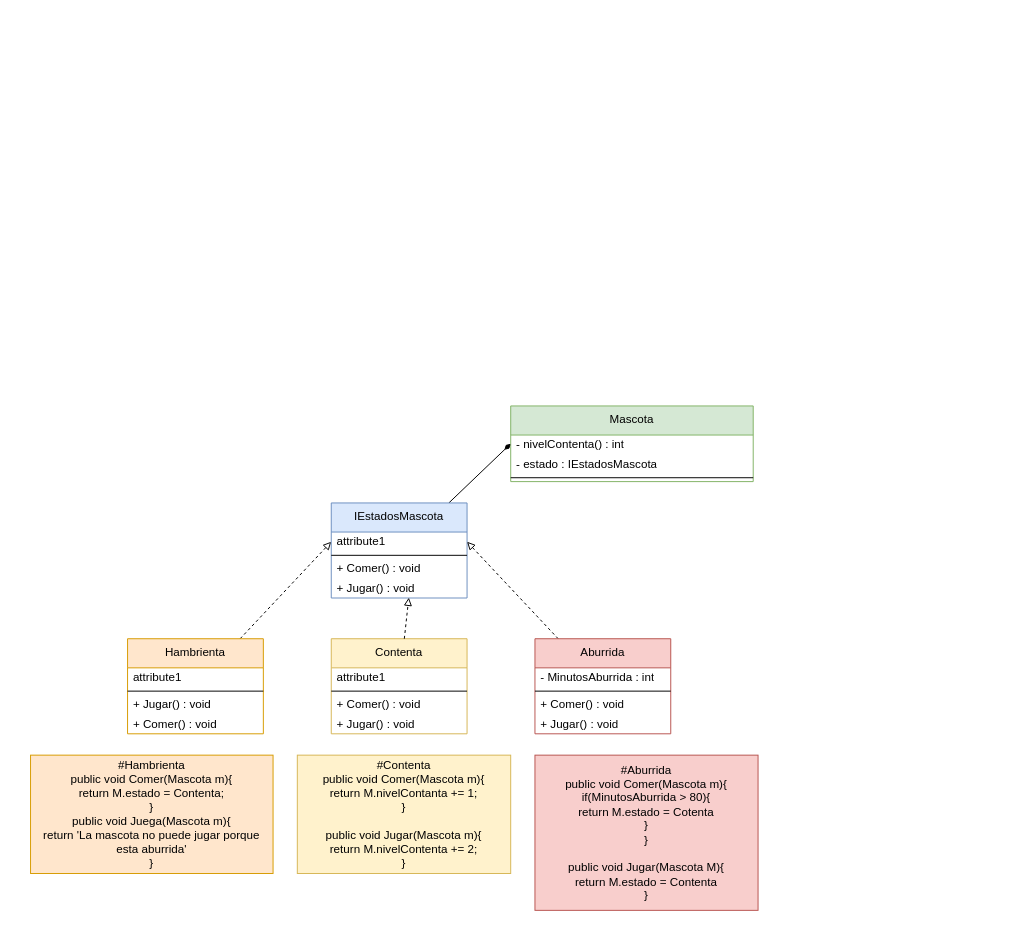
Before: clase_23/mascota.dio in EdgarSteinberg/programacion-2-repaso, a draw.io diagram. Source tidied: cells renumbered, new cells numbered last; positions are measured from the earlier drawing's top-left corner, leaving out a move shared by most shapes. Both pictures are drawn from the tidied source at 97%, with x=0, y=0 at pixel (30, 405).
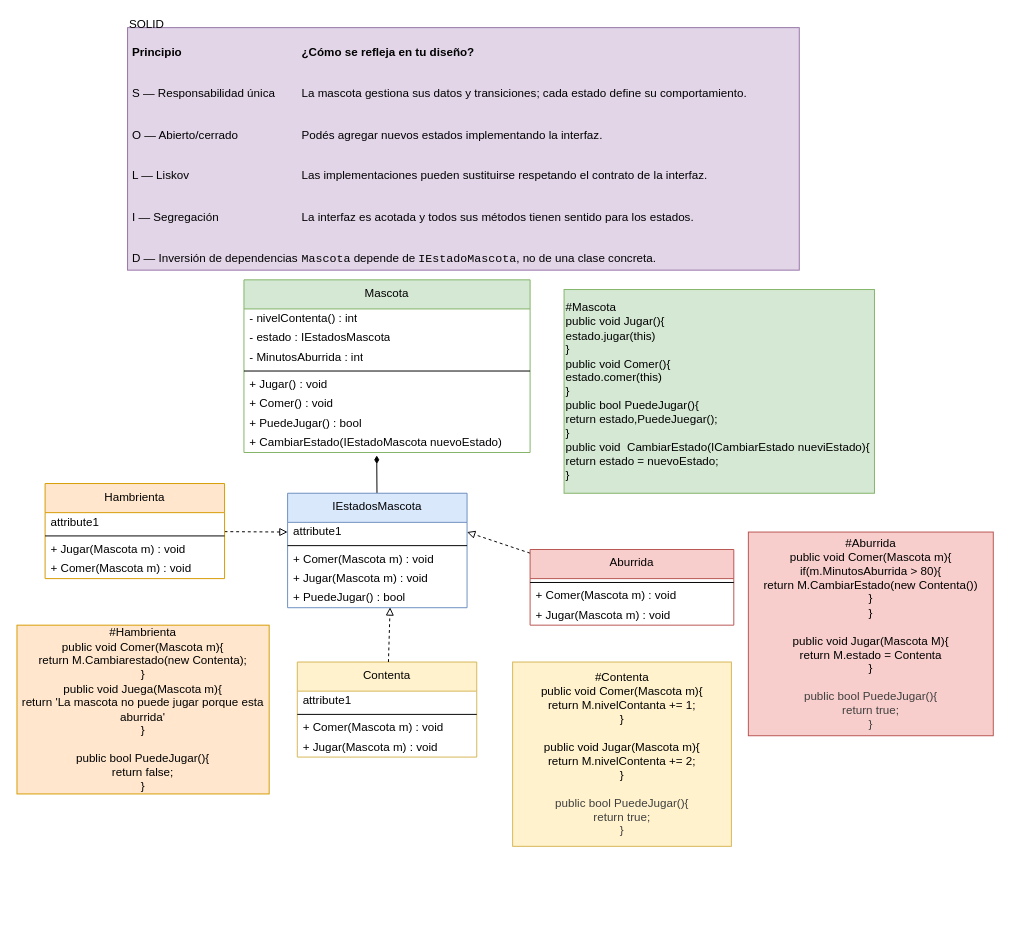
Above is the later version.

Commit message:
principios solid dentro del ejercicio mascota

The edit, as a diff of the source:
```diff
@@
     <mxCell id="2" value="Mascota" style="swimlane;fontStyle=0;align=center;verticalAlign=top;horizontal=1;startSize=30;html=1;whiteSpace=wrap;fillColor=#d5e8d4;strokeColor=#82b366;" parent="1" vertex="1">
-      <mxGeometry x="495" width="250" height="78" as="geometry" />
+      <mxGeometry x="220" y="-130" width="295" height="178" as="geometry" />
     </mxCell>
     <mxCell id="3" value="- nivelContenta() : int" style="text;html=1;strokeColor=none;fillColor=none;align=left;verticalAlign=middle;spacingLeft=4;spacingRight=4;overflow=hidden;whiteSpace=wrap;" parent="2" vertex="1">
-      <mxGeometry y="30" width="250" height="20" as="geometry" />
+      <mxGeometry y="30" width="295" height="20" as="geometry" />
     </mxCell>
     <mxCell id="4" value="- estado : IEstadosMascota" style="text;html=1;strokeColor=none;fillColor=none;align=left;verticalAlign=middle;spacingLeft=4;spacingRight=4;overflow=hidden;whiteSpace=wrap;" parent="2" vertex="1">
-      <mxGeometry y="50" width="250" height="20" as="geometry" />
+      <mxGeometry y="50" width="295" height="20" as="geometry" />
     </mxCell>
+    <mxCell id="25" value="- MinutosAburrida : int" style="text;html=1;strokeColor=none;fillColor=none;align=left;verticalAlign=middle;spacingLeft=4;spacingRight=4;overflow=hidden;whiteSpace=wrap;" parent="2" vertex="1">
+      <mxGeometry y="70" width="295" height="20" as="geometry" />
+    </mxCell>
     <mxCell id="5" style="line;strokeWidth=1;fillColor=none;align=left;verticalAlign=middle;spacingTop=-1;spacingLeft=3;spacingRight=3;labelPosition=right;" parent="2" vertex="1">
-      <mxGeometry y="70" width="250" height="8" as="geometry" />
+      <mxGeometry y="90" width="295" height="8" as="geometry" />
     </mxCell>
+    <mxCell id="33" value="+ Jugar() : void" style="text;html=1;strokeColor=none;fillColor=none;align=left;verticalAlign=middle;spacingLeft=4;spacingRight=4;overflow=hidden;whiteSpace=wrap;" parent="2" vertex="1">
+      <mxGeometry y="98" width="295" height="20" as="geometry" />
+    </mxCell>
+    <mxCell id="34" value="+ Comer() : void" style="text;html=1;strokeColor=none;fillColor=none;align=left;verticalAlign=middle;spacingLeft=4;spacingRight=4;overflow=hidden;whiteSpace=wrap;" parent="2" vertex="1">
+      <mxGeometry y="118" width="295" height="20" as="geometry" />
+    </mxCell>
+    <mxCell id="35" value="+ PuedeJugar() : bool" style="text;html=1;strokeColor=none;fillColor=none;align=left;verticalAlign=middle;spacingLeft=4;spacingRight=4;overflow=hidden;whiteSpace=wrap;" parent="2" vertex="1">
+      <mxGeometry y="138" width="295" height="20" as="geometry" />
+    </mxCell>
+    <mxCell id="36" value="+ CambiarEstado(IEstadoMascota nuevoEstado)" style="text;html=1;strokeColor=none;fillColor=none;align=left;verticalAlign=middle;spacingLeft=4;spacingRight=4;overflow=hidden;points=[[0,0.5],[1,0.5]];portConstraint=eastwest;whiteSpace=wrap;" parent="2" vertex="1">
+      <mxGeometry y="158" width="295" height="20" as="geometry" />
+    </mxCell>
     <mxCell id="6" value="Contenta" style="swimlane;fontStyle=0;align=center;verticalAlign=top;horizontal=1;startSize=30;html=1;whiteSpace=wrap;fillColor=#fff2cc;strokeColor=#d6b656;" parent="1" vertex="1">
-      <mxGeometry x="310" y="240" width="140" height="98" as="geometry" />
+      <mxGeometry x="275" y="264" width="185" height="98" as="geometry" />
     </mxCell>
     <mxCell id="7" value="attribute1" style="text;html=1;strokeColor=none;fillColor=none;align=left;verticalAlign=middle;spacingLeft=4;spacingRight=4;overflow=hidden;whiteSpace=wrap;" parent="6" vertex="1">
-      <mxGeometry y="30" width="140" height="20" as="geometry" />
+      <mxGeometry y="30" width="185" height="20" as="geometry" />
     </mxCell>
     <mxCell id="8" style="line;strokeWidth=1;fillColor=none;align=left;verticalAlign=middle;spacingTop=-1;spacingLeft=3;spacingRight=3;labelPosition=right;" parent="6" vertex="1">
-      <mxGeometry y="50" width="140" height="8" as="geometry" />
+      <mxGeometry y="50" width="185" height="8" as="geometry" />
     </mxCell>
-    <mxCell id="9" value="+ Comer() : void" style="text;html=1;strokeColor=none;fillColor=none;align=left;verticalAlign=middle;spacingLeft=4;spacingRight=4;overflow=hidden;whiteSpace=wrap;" parent="6" vertex="1">
-      <mxGeometry y="58" width="140" height="20" as="geometry" />
+    <mxCell id="9" value="+ Comer(Mascota m) : void" style="text;html=1;strokeColor=none;fillColor=none;align=left;verticalAlign=middle;spacingLeft=4;spacingRight=4;overflow=hidden;whiteSpace=wrap;" parent="6" vertex="1">
+      <mxGeometry y="58" width="185" height="20" as="geometry" />
     </mxCell>
-    <mxCell id="10" value="+ Jugar() : void" style="text;html=1;strokeColor=none;fillColor=none;align=left;verticalAlign=middle;spacingLeft=4;spacingRight=4;overflow=hidden;whiteSpace=wrap;" parent="6" vertex="1">
-      <mxGeometry y="78" width="140" height="20" as="geometry" />
+    <mxCell id="10" value="+ Jugar(Mascota m) : void" style="text;html=1;strokeColor=none;fillColor=none;align=left;verticalAlign=middle;spacingLeft=4;spacingRight=4;overflow=hidden;whiteSpace=wrap;" parent="6" vertex="1">
+      <mxGeometry y="78" width="185" height="20" as="geometry" />
     </mxCell>
@@
     <mxCell id="12" value="Hambrienta" style="swimlane;fontStyle=0;align=center;verticalAlign=top;horizontal=1;startSize=30;html=1;whiteSpace=wrap;fillColor=#ffe6cc;strokeColor=#d79b00;" parent="1" vertex="1">
-      <mxGeometry x="100" y="240" width="140" height="98" as="geometry" />
+      <mxGeometry x="15" y="80" width="185" height="98" as="geometry" />
     </mxCell>
     <mxCell id="13" value="attribute1" style="text;html=1;strokeColor=none;fillColor=none;align=left;verticalAlign=middle;spacingLeft=4;spacingRight=4;overflow=hidden;whiteSpace=wrap;" parent="12" vertex="1">
-      <mxGeometry y="30" width="140" height="20" as="geometry" />
+      <mxGeometry y="30" width="185" height="20" as="geometry" />
     </mxCell>
     <mxCell id="14" style="line;strokeWidth=1;fillColor=none;align=left;verticalAlign=middle;spacingTop=-1;spacingLeft=3;spacingRight=3;labelPosition=right;" parent="12" vertex="1">
-      <mxGeometry y="50" width="140" height="8" as="geometry" />
+      <mxGeometry y="50" width="185" height="8" as="geometry" />
     </mxCell>
-    <mxCell id="15" value="+ Jugar() : void" style="text;html=1;strokeColor=none;fillColor=none;align=left;verticalAlign=middle;spacingLeft=4;spacingRight=4;overflow=hidden;whiteSpace=wrap;" parent="12" vertex="1">
-      <mxGeometry y="58" width="140" height="20" as="geometry" />
+    <mxCell id="15" value="+ Jugar(Mascota m) : void" style="text;html=1;strokeColor=none;fillColor=none;align=left;verticalAlign=middle;spacingLeft=4;spacingRight=4;overflow=hidden;whiteSpace=wrap;" parent="12" vertex="1">
+      <mxGeometry y="58" width="185" height="20" as="geometry" />
     </mxCell>
-    <mxCell id="16" value="+ Comer() : void" style="text;html=1;strokeColor=none;fillColor=none;align=left;verticalAlign=middle;spacingLeft=4;spacingRight=4;overflow=hidden;whiteSpace=wrap;" parent="12" vertex="1">
-      <mxGeometry y="78" width="140" height="20" as="geometry" />
+    <mxCell id="16" value="+ Comer(Mascota m) : void" style="text;html=1;strokeColor=none;fillColor=none;align=left;verticalAlign=middle;spacingLeft=4;spacingRight=4;overflow=hidden;whiteSpace=wrap;" parent="12" vertex="1">
+      <mxGeometry y="78" width="185" height="20" as="geometry" />
     </mxCell>
-    <mxCell id="17" style="edgeStyle=none;html=1;entryX=0;entryY=0.5;entryDx=0;entryDy=0;endArrow=diamondThin;endFill=1;" parent="1" edge="1" source="18" target="2">
+    <mxCell id="17" style="edgeStyle=none;html=1;entryX=0.464;entryY=1.15;entryDx=0;entryDy=0;endArrow=diamondThin;endFill=1;entryPerimeter=0;" parent="1" edge="1" source="18" target="36">
       <mxGeometry relative="1" as="geometry" />
     </mxCell>
     <mxCell id="18" value="IEstadosMascota" style="swimlane;fontStyle=0;align=center;verticalAlign=top;horizontal=1;startSize=30;html=1;whiteSpace=wrap;fillColor=#dae8fc;strokeColor=#6c8ebf;" parent="1" vertex="1">
-      <mxGeometry x="310" y="100" width="140" height="98" as="geometry" />
+      <mxGeometry x="265" y="90" width="185" height="118" as="geometry" />
     </mxCell>
     <mxCell id="19" value="attribute1" style="text;html=1;strokeColor=none;fillColor=none;align=left;verticalAlign=middle;spacingLeft=4;spacingRight=4;overflow=hidden;points=[[0,0.5],[1,0.5]];portConstraint=eastwest;whiteSpace=wrap;" parent="18" vertex="1">
-      <mxGeometry y="30" width="140" height="20" as="geometry" />
+      <mxGeometry y="30" width="185" height="20" as="geometry" />
     </mxCell>
     <mxCell id="20" style="line;strokeWidth=1;fillColor=none;align=left;verticalAlign=middle;spacingTop=-1;spacingLeft=3;spacingRight=3;labelPosition=right;" parent="18" vertex="1">
-      <mxGeometry y="50" width="140" height="8" as="geometry" />
+      <mxGeometry y="50" width="185" height="8" as="geometry" />
     </mxCell>
-    <mxCell id="21" value="+ Comer() : void" style="text;html=1;strokeColor=none;fillColor=none;align=left;verticalAlign=middle;spacingLeft=4;spacingRight=4;overflow=hidden;whiteSpace=wrap;" parent="18" vertex="1">
-      <mxGeometry y="58" width="140" height="20" as="geometry" />
+    <mxCell id="21" value="+ Comer(Mascota m) : void" style="text;html=1;strokeColor=none;fillColor=none;align=left;verticalAlign=middle;spacingLeft=4;spacingRight=4;overflow=hidden;whiteSpace=wrap;" parent="18" vertex="1">
+      <mxGeometry y="58" width="185" height="20" as="geometry" />
     </mxCell>
+    <mxCell id="37" value="+ Jugar(Mascota m) : void" style="text;html=1;strokeColor=none;fillColor=none;align=left;verticalAlign=middle;spacingLeft=4;spacingRight=4;overflow=hidden;whiteSpace=wrap;" parent="18" vertex="1">
+      <mxGeometry y="78" width="185" height="20" as="geometry" />
+    </mxCell>
-    <mxCell id="22" value="+ Jugar() : void" style="text;html=1;strokeColor=none;fillColor=none;align=left;verticalAlign=middle;spacingLeft=4;spacingRight=4;overflow=hidden;points=[[0,0.5],[1,0.5]];portConstraint=eastwest;whiteSpace=wrap;" parent="18" vertex="1">
-      <mxGeometry y="78" width="140" height="20" as="geometry" />
+    <mxCell id="22" value="+ PuedeJugar() : bool" style="text;html=1;strokeColor=none;fillColor=none;align=left;verticalAlign=middle;spacingLeft=4;spacingRight=4;overflow=hidden;points=[[0,0.5],[1,0.5]];portConstraint=eastwest;whiteSpace=wrap;" parent="18" vertex="1">
+      <mxGeometry y="98" width="185" height="20" as="geometry" />
     </mxCell>
@@
     <mxCell id="24" value="Aburrida" style="swimlane;fontStyle=0;align=center;verticalAlign=top;horizontal=1;startSize=30;html=1;whiteSpace=wrap;fillColor=#f8cecc;strokeColor=#b85450;" parent="1" vertex="1">
-      <mxGeometry x="520" y="240" width="140" height="98" as="geometry" />
+      <mxGeometry x="515" y="148" width="210" height="78" as="geometry" />
     </mxCell>
-    <mxCell id="25" value="- MinutosAburrida : int" style="text;html=1;strokeColor=none;fillColor=none;align=left;verticalAlign=middle;spacingLeft=4;spacingRight=4;overflow=hidden;whiteSpace=wrap;" parent="24" vertex="1">
-      <mxGeometry y="30" width="140" height="20" as="geometry" />
-    </mxCell>
     <mxCell id="26" style="line;strokeWidth=1;fillColor=none;align=left;verticalAlign=middle;spacingTop=-1;spacingLeft=3;spacingRight=3;labelPosition=right;" parent="24" vertex="1">
-      <mxGeometry y="50" width="140" height="8" as="geometry" />
+      <mxGeometry y="30" width="210" height="8" as="geometry" />
     </mxCell>
-    <mxCell id="27" value="+ Comer() : void" style="text;html=1;strokeColor=none;fillColor=none;align=left;verticalAlign=middle;spacingLeft=4;spacingRight=4;overflow=hidden;whiteSpace=wrap;" parent="24" vertex="1">
-      <mxGeometry y="58" width="140" height="20" as="geometry" />
+    <mxCell id="27" value="+ Comer(Mascota m) : void" style="text;html=1;strokeColor=none;fillColor=none;align=left;verticalAlign=middle;spacingLeft=4;spacingRight=4;overflow=hidden;whiteSpace=wrap;" parent="24" vertex="1">
+      <mxGeometry y="38" width="210" height="20" as="geometry" />
     </mxCell>
-    <mxCell id="28" value="+ Jugar() : void" style="text;html=1;strokeColor=none;fillColor=none;align=left;verticalAlign=middle;spacingLeft=4;spacingRight=4;overflow=hidden;whiteSpace=wrap;" parent="24" vertex="1">
-      <mxGeometry y="78" width="140" height="20" as="geometry" />
+    <mxCell id="28" value="+ Jugar(Mascota m) : void" style="text;html=1;strokeColor=none;fillColor=none;align=left;verticalAlign=middle;spacingLeft=4;spacingRight=4;overflow=hidden;whiteSpace=wrap;" parent="24" vertex="1">
+      <mxGeometry y="58" width="210" height="20" as="geometry" />
     </mxCell>
-    <mxCell id="29" value="&lt;div&gt;#Hambrienta&lt;/div&gt;public void Comer(Mascota m){&lt;div&gt;return M.estado = Contenta;&lt;/div&gt;&lt;div&gt;}&lt;/div&gt;&lt;div&gt;public void Juega(Mascota m){&lt;/div&gt;&lt;div&gt;return 'La mascota no puede jugar porque esta aburrida'&lt;/div&gt;&lt;div&gt;}&lt;/div&gt;" style="text;html=1;whiteSpace=wrap;strokeColor=#d79b00;fillColor=#ffe6cc;align=center;verticalAlign=middle;rounded=0;" parent="1" vertex="1">
-      <mxGeometry y="360" width="250" height="122" as="geometry" />
+    <mxCell id="29" value="&lt;div&gt;#Hambrienta&lt;/div&gt;public void Comer(Mascota m){&lt;div&gt;return M.Cambiarestado(new Contenta);&lt;/div&gt;&lt;div&gt;}&lt;/div&gt;&lt;div&gt;public void Juega(Mascota m){&lt;/div&gt;&lt;div&gt;return 'La mascota no puede jugar porque esta aburrida'&lt;/div&gt;&lt;div&gt;}&lt;/div&gt;&lt;div&gt;&lt;br&gt;&lt;/div&gt;&lt;div&gt;public bool PuedeJugar(){&lt;/div&gt;&lt;div&gt;return false;&lt;/div&gt;&lt;div&gt;}&lt;/div&gt;" style="text;html=1;whiteSpace=wrap;strokeColor=#d79b00;fillColor=#ffe6cc;align=center;verticalAlign=middle;rounded=0;" parent="1" vertex="1">
+      <mxGeometry x="-14" y="226" width="260" height="174" as="geometry" />
     </mxCell>
-    <mxCell id="30" value="&lt;div&gt;#Contenta&lt;/div&gt;public void Comer(Mascota m){&lt;div&gt;return M.nivelContanta += 1;&lt;/div&gt;&lt;div&gt;}&lt;/div&gt;&lt;div&gt;&lt;br&gt;&lt;/div&gt;&lt;div&gt;public void Jugar(Mascota m){&lt;/div&gt;&lt;div&gt;return M.nivelContenta += 2;&lt;/div&gt;&lt;div&gt;}&lt;/div&gt;" style="text;html=1;whiteSpace=wrap;strokeColor=#d6b656;fillColor=#fff2cc;align=center;verticalAlign=middle;rounded=0;" parent="1" vertex="1">
-      <mxGeometry x="275" y="360" width="220" height="122" as="geometry" />
+    <mxCell id="30" value="&lt;div&gt;#Contenta&lt;/div&gt;public void Comer(Mascota m){&lt;div&gt;return M.nivelContanta += 1;&lt;/div&gt;&lt;div&gt;}&lt;/div&gt;&lt;div&gt;&lt;br&gt;&lt;/div&gt;&lt;div&gt;public void Jugar(Mascota m){&lt;/div&gt;&lt;div&gt;return M.nivelContenta += 2;&lt;/div&gt;&lt;div&gt;}&lt;/div&gt;&lt;div&gt;&lt;br&gt;&lt;/div&gt;&lt;div&gt;&lt;div style=&quot;color: rgb(63, 63, 63); scrollbar-color: rgba(78, 86, 102, 0.38) rgb(22, 25, 29);&quot;&gt;public bool PuedeJugar(){&lt;/div&gt;&lt;div style=&quot;color: rgb(63, 63, 63); scrollbar-color: rgba(78, 86, 102, 0.38) rgb(22, 25, 29);&quot;&gt;return true;&lt;/div&gt;&lt;div style=&quot;color: rgb(63, 63, 63); scrollbar-color: rgba(78, 86, 102, 0.38) rgb(22, 25, 29);&quot;&gt;}&lt;/div&gt;&lt;/div&gt;" style="text;html=1;whiteSpace=wrap;strokeColor=#d6b656;fillColor=#fff2cc;align=center;verticalAlign=middle;rounded=0;" parent="1" vertex="1">
+      <mxGeometry x="497" y="264" width="225.5" height="190" as="geometry" />
     </mxCell>
-    <mxCell id="31" value="&lt;div&gt;#Aburrida&lt;/div&gt;public void Comer(Mascota m){&lt;div&gt;if(MinutosAburrida &amp;gt; 80){&lt;/div&gt;&lt;div&gt;return M.estado = Cotenta&lt;/div&gt;&lt;div&gt;}&lt;/div&gt;&lt;div&gt;}&lt;/div&gt;&lt;div&gt;&lt;br&gt;&lt;/div&gt;&lt;div&gt;public void Jugar(Mascota M){&lt;/div&gt;&lt;div&gt;return M.estado = Contenta&lt;/div&gt;&lt;div&gt;}&lt;/div&gt;" style="text;html=1;whiteSpace=wrap;strokeColor=#b85450;fillColor=#f8cecc;align=center;verticalAlign=middle;rounded=0;" parent="1" vertex="1">
-      <mxGeometry x="520" y="360" width="230" height="160" as="geometry" />
+    <mxCell id="31" value="&lt;div&gt;#Aburrida&lt;/div&gt;public void Comer(Mascota m){&lt;div&gt;if(m.MinutosAburrida &amp;gt; 80){&lt;/div&gt;&lt;div&gt;return M.CambiarEstado(new Contenta())&lt;/div&gt;&lt;div&gt;}&lt;/div&gt;&lt;div&gt;}&lt;/div&gt;&lt;div&gt;&lt;br&gt;&lt;/div&gt;&lt;div&gt;public void Jugar(Mascota M){&lt;/div&gt;&lt;div&gt;return M.estado = Contenta&lt;/div&gt;&lt;div&gt;}&lt;/div&gt;&lt;div&gt;&lt;br&gt;&lt;/div&gt;&lt;div&gt;&lt;div style=&quot;color: rgb(63, 63, 63); scrollbar-color: rgba(78, 86, 102, 0.38) rgb(22, 25, 29);&quot;&gt;public bool PuedeJugar(){&lt;/div&gt;&lt;div style=&quot;color: rgb(63, 63, 63); scrollbar-color: rgba(78, 86, 102, 0.38) rgb(22, 25, 29);&quot;&gt;return true;&lt;/div&gt;&lt;div style=&quot;color: rgb(63, 63, 63); scrollbar-color: rgba(78, 86, 102, 0.38) rgb(22, 25, 29);&quot;&gt;}&lt;/div&gt;&lt;/div&gt;" style="text;html=1;whiteSpace=wrap;strokeColor=#b85450;fillColor=#f8cecc;align=center;verticalAlign=middle;rounded=0;" parent="1" vertex="1">
+      <mxGeometry x="740" y="130" width="252.5" height="210" as="geometry" />
     </mxCell>
@@
+    <mxCell id="38" value="#Mascota&lt;div&gt;&lt;font color=&quot;#000000&quot;&gt;public void Jugar(){&lt;/font&gt;&lt;/div&gt;&lt;div&gt;&lt;font color=&quot;#000000&quot;&gt;estado.jugar(this)&lt;/font&gt;&lt;/div&gt;&lt;div&gt;&lt;font color=&quot;#000000&quot;&gt;}&lt;/font&gt;&lt;/div&gt;&lt;div&gt;&lt;font color=&quot;#000000&quot;&gt;public void Comer(){&lt;/font&gt;&lt;/div&gt;&lt;div&gt;&lt;font color=&quot;#000000&quot;&gt;estado.comer(this)&lt;/font&gt;&lt;/div&gt;&lt;div&gt;&lt;font color=&quot;#000000&quot;&gt;}&lt;/font&gt;&lt;/div&gt;&lt;div&gt;&lt;font color=&quot;#000000&quot;&gt;public bool PuedeJugar(){&lt;/font&gt;&lt;/div&gt;&lt;div&gt;&lt;font color=&quot;#000000&quot;&gt;return estado,PuedeJuegar();&lt;/font&gt;&lt;/div&gt;&lt;div&gt;&lt;font color=&quot;#000000&quot;&gt;}&lt;br&gt;&lt;/font&gt;&lt;div&gt;public void&amp;nbsp; CambiarEstado(ICambiarEstado nueviEstado){&lt;/div&gt;&lt;div&gt;return estado = nuevoEstado;&lt;/div&gt;&lt;div&gt;}&lt;/div&gt;&lt;/div&gt;" style="text;html=1;whiteSpace=wrap;strokeColor=#82b366;fillColor=#d5e8d4;align=left;verticalAlign=middle;rounded=0;" parent="1" vertex="1">
+      <mxGeometry x="550" y="-120" width="320" height="210" as="geometry" />
+    </mxCell>
+    <mxCell id="39" value="SOLID&lt;div&gt;&lt;table class=&quot;_6IUVGW_Table&quot;&gt;&lt;tbody&gt;&lt;tr&gt;&lt;th scope=&quot;col&quot;&gt;&lt;p class=&quot;w6asjq_TextBase _85PZeG_Text&quot;&gt;&lt;span&gt;Principio&lt;/span&gt;&lt;/p&gt;&lt;/th&gt;&lt;th scope=&quot;col&quot;&gt;&lt;p class=&quot;w6asjq_TextBase _85PZeG_Text&quot;&gt;&lt;span&gt;¿Cómo &lt;/span&gt;&lt;span&gt;se &lt;/span&gt;&lt;span&gt;refleja &lt;/span&gt;&lt;span&gt;en &lt;/span&gt;&lt;span&gt;tu &lt;/span&gt;&lt;span&gt;diseño?&lt;/span&gt;&lt;/p&gt;&lt;/th&gt;&lt;/tr&gt;&lt;tr&gt;&lt;td&gt;&lt;p class=&quot;w6asjq_TextBase _85PZeG_Text&quot;&gt;&lt;span class=&quot;w6asjq_TextBase _85PZeG_Text&quot;&gt;&lt;span&gt;S &lt;/span&gt;&lt;span&gt;— &lt;/span&gt;&lt;span&gt;Responsabilidad &lt;/span&gt;&lt;span&gt;única&lt;/span&gt;&lt;/span&gt;&lt;/p&gt;&lt;/td&gt;&lt;td&gt;&lt;p class=&quot;w6asjq_TextBase _85PZeG_Text&quot;&gt;&lt;span&gt;La &lt;/span&gt;&lt;span&gt;mascota &lt;/span&gt;&lt;span&gt;gestiona &lt;/span&gt;&lt;span&gt;sus &lt;/span&gt;&lt;span&gt;datos &lt;/span&gt;&lt;span&gt;y &lt;/span&gt;&lt;span&gt;transiciones; &lt;/span&gt;&lt;span&gt;cada &lt;/span&gt;&lt;span&gt;estado &lt;/span&gt;&lt;span&gt;define &lt;/span&gt;&lt;span&gt;su &lt;/span&gt;&lt;span&gt;comportamiento.&lt;/span&gt;&lt;/p&gt;&lt;/td&gt;&lt;/tr&gt;&lt;tr&gt;&lt;td&gt;&lt;p class=&quot;w6asjq_TextBase _85PZeG_Text&quot;&gt;&lt;span class=&quot;w6asjq_TextBase _85PZeG_Text&quot;&gt;&lt;span&gt;O &lt;/span&gt;&lt;span&gt;— &lt;/span&gt;&lt;span&gt;Abierto/cerrado&lt;/span&gt;&lt;/span&gt;&lt;/p&gt;&lt;/td&gt;&lt;td&gt;&lt;p class=&quot;w6asjq_TextBase _85PZeG_Text&quot;&gt;&lt;span&gt;Podés &lt;/span&gt;&lt;span&gt;agregar &lt;/span&gt;&lt;span&gt;nuevos &lt;/span&gt;&lt;span&gt;estados &lt;/span&gt;&lt;span&gt;implementando &lt;/span&gt;&lt;span&gt;la &lt;/span&gt;&lt;span&gt;interfaz.&lt;/span&gt;&lt;/p&gt;&lt;/td&gt;&lt;/tr&gt;&lt;tr&gt;&lt;td&gt;&lt;p class=&quot;w6asjq_TextBase _85PZeG_Text&quot;&gt;&lt;span class=&quot;w6asjq_TextBase _85PZeG_Text&quot;&gt;&lt;span&gt;L &lt;/span&gt;&lt;span&gt;— &lt;/span&gt;&lt;span&gt;Liskov&lt;/span&gt;&lt;/span&gt;&lt;/p&gt;&lt;/td&gt;&lt;td&gt;&lt;p class=&quot;w6asjq_TextBase _85PZeG_Text&quot;&gt;&lt;span&gt;Las &lt;/span&gt;&lt;span&gt;implementaciones &lt;/span&gt;&lt;span&gt;pueden &lt;/span&gt;&lt;span&gt;sustituirse &lt;/span&gt;&lt;span&gt;respetando &lt;/span&gt;&lt;span&gt;el &lt;/span&gt;&lt;span&gt;contrato &lt;/span&gt;&lt;span&gt;de &lt;/span&gt;&lt;span&gt;la &lt;/span&gt;&lt;span&gt;interfaz.&lt;/span&gt;&lt;/p&gt;&lt;/td&gt;&lt;/tr&gt;&lt;tr&gt;&lt;td&gt;&lt;p class=&quot;w6asjq_TextBase _85PZeG_Text&quot;&gt;&lt;span class=&quot;w6asjq_TextBase _85PZeG_Text&quot;&gt;&lt;span&gt;I &lt;/span&gt;&lt;span&gt;— &lt;/span&gt;&lt;span&gt;Segregación&lt;/span&gt;&lt;/span&gt;&lt;/p&gt;&lt;/td&gt;&lt;td&gt;&lt;p class=&quot;w6asjq_TextBase _85PZeG_Text&quot;&gt;&lt;span&gt;La &lt;/span&gt;&lt;span&gt;interfaz &lt;/span&gt;&lt;span&gt;es &lt;/span&gt;&lt;span&gt;acotada &lt;/span&gt;&lt;span&gt;y &lt;/span&gt;&lt;span&gt;todos &lt;/span&gt;&lt;span&gt;sus &lt;/span&gt;&lt;span&gt;métodos &lt;/span&gt;&lt;span&gt;tienen &lt;/span&gt;&lt;span&gt;sentido &lt;/span&gt;&lt;span&gt;para &lt;/span&gt;&lt;span&gt;los &lt;/span&gt;&lt;span&gt;estados.&lt;/span&gt;&lt;/p&gt;&lt;/td&gt;&lt;/tr&gt;&lt;tr&gt;&lt;td&gt;&lt;p class=&quot;w6asjq_TextBase _85PZeG_Text&quot;&gt;&lt;span class=&quot;w6asjq_TextBase _85PZeG_Text&quot;&gt;&lt;span&gt;D &lt;/span&gt;&lt;span&gt;— &lt;/span&gt;&lt;span&gt;Inversión &lt;/span&gt;&lt;span&gt;de &lt;/span&gt;&lt;span&gt;dependencias&lt;/span&gt;&lt;/span&gt;&lt;/p&gt;&lt;/td&gt;&lt;td&gt;&lt;p class=&quot;w6asjq_TextBase _85PZeG_Text&quot;&gt;&lt;code class=&quot;er4J8W_Code&quot;&gt;&lt;span&gt;Mascota&lt;/span&gt;&lt;/code&gt; &lt;span&gt;depende &lt;/span&gt;&lt;span&gt;de &lt;/span&gt;&lt;code class=&quot;er4J8W_Code&quot;&gt;&lt;span&gt;IEstadoMascota&lt;/span&gt;&lt;/code&gt;&lt;span&gt;, &lt;/span&gt;&lt;span&gt;no &lt;/span&gt;&lt;span&gt;de &lt;/span&gt;&lt;span&gt;una &lt;/span&gt;&lt;span&gt;clase &lt;/span&gt;&lt;span&gt;concreta.&lt;/span&gt;&lt;/p&gt;&lt;/td&gt;&lt;/tr&gt;&lt;/tbody&gt;&lt;/table&gt;&lt;/div&gt;" style="text;html=1;whiteSpace=wrap;strokeColor=#9673a6;fillColor=#e1d5e7;align=left;verticalAlign=middle;rounded=0;" parent="1" vertex="1">
+      <mxGeometry x="100" y="-390" width="692.5" height="250" as="geometry" />
+    </mxCell>
```
